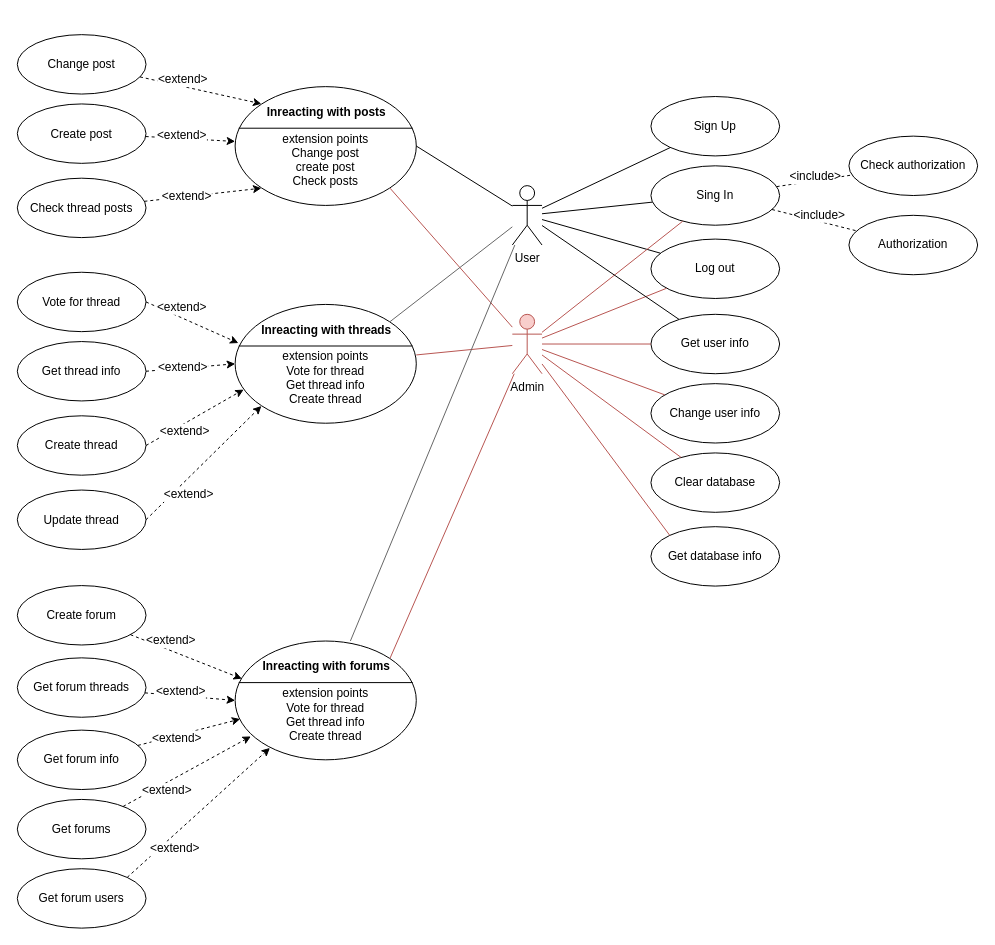
Kotyarich/forum-course-project keeps this draw.io diagram as page "use-case" (2 of 2) of schemes/schemes.drawio. Above is the earlier version. Source tidied: cells renumbered, new cells numbered last; positions are measured from the earlier drawing's top-left corner, leaving out a move shared by most shapes. Both pictures are drawn from the tidied source at 99%, with x=0, y=0 at pixel (17, 35).
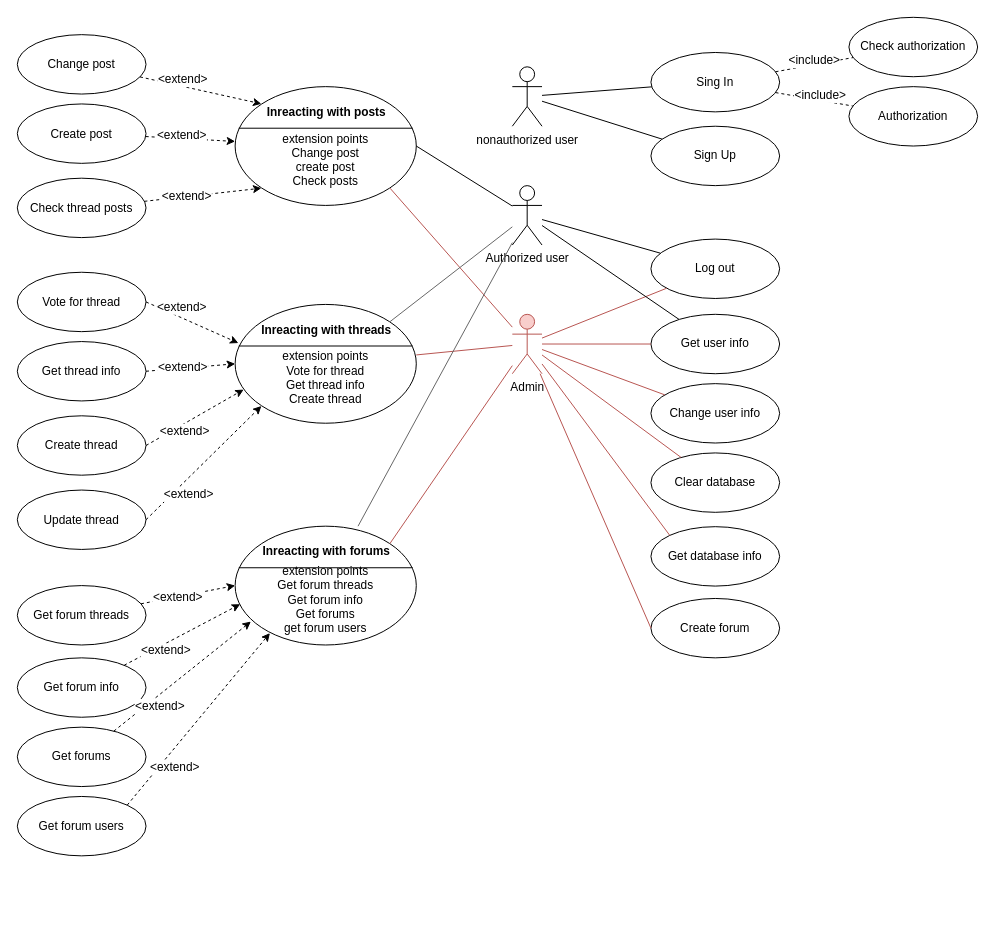
The same diagram, later.

Unchanged cells that the change refers to:
```xml
<mxCell id="15" value="Admin" style="shape=umlActor;verticalLabelPosition=bottom;labelBackgroundColor=#ffffff;verticalAlign=top;html=1;outlineConnect=0;fillColor=#f8cecc;strokeColor=#b85450;" parent="1" vertex="1">
  <mxGeometry x="500" y="282" width="30" height="60" as="geometry" />
</mxCell>
```

The edit, as a diff of the source:
```diff
@@
-    <mxCell id="2" value="User" style="shape=umlActor;verticalLabelPosition=bottom;labelBackgroundColor=#ffffff;verticalAlign=top;html=1;outlineConnect=0;" parent="1" vertex="1">
+    <mxCell id="2" value="Authorized user" style="shape=umlActor;verticalLabelPosition=bottom;labelBackgroundColor=#ffffff;verticalAlign=top;html=1;outlineConnect=0;" parent="1" vertex="1">
       <mxGeometry x="500" y="152" width="30" height="60" as="geometry" />
     </mxCell>
     <mxCell id="3" value="Sign Up" style="ellipse;whiteSpace=wrap;html=1;" parent="1" vertex="1">
-      <mxGeometry x="640" y="62" width="130" height="60" as="geometry" />
+      <mxGeometry x="640" y="92" width="130" height="60" as="geometry" />
     </mxCell>
     <mxCell id="4" value="Sing In" style="ellipse;whiteSpace=wrap;html=1;" parent="1" vertex="1">
-      <mxGeometry x="640" y="132" width="130" height="60" as="geometry" />
+      <mxGeometry x="640" y="17.5" width="130" height="60" as="geometry" />
     </mxCell>
@@
-    <mxCell id="6" style="endArrow=none;html=1;" parent="1" edge="1" source="2" target="3">
+    <mxCell id="6" style="endArrow=none;html=1;" parent="1" edge="1" source="76" target="3">
       <mxGeometry relative="1" as="geometry" />
     </mxCell>
-    <mxCell id="7" style="endArrow=none;html=1;" parent="1" edge="1" source="2" target="4">
+    <mxCell id="7" style="endArrow=none;html=1;" parent="1" edge="1" source="76" target="4">
       <mxGeometry relative="1" as="geometry" />
     </mxCell>
@@
     <mxCell id="9" value="Check authorization" style="ellipse;whiteSpace=wrap;html=1;" parent="1" vertex="1">
-      <mxGeometry x="840" y="102" width="130" height="60" as="geometry" />
+      <mxGeometry x="840" y="-18" width="130" height="60" as="geometry" />
     </mxCell>
@@
     <mxCell id="12" value="Authorization" style="ellipse;whiteSpace=wrap;html=1;" parent="1" vertex="1">
-      <mxGeometry x="840" y="182" width="130" height="60" as="geometry" />
+      <mxGeometry x="840" y="52" width="130" height="60" as="geometry" />
     </mxCell>
@@
-    <mxCell id="16" style="endArrow=none;html=1;fontColor=#FF6666;labelBackgroundColor=#FF6666;fillColor=#f8cecc;strokeColor=#b85450;" parent="1" edge="1" source="15" target="4">
-      <mxGeometry relative="1" as="geometry" />
-    </mxCell>
@@
-    <mxCell id="56" value="&lt;br&gt;&lt;br&gt;&lt;br&gt;extension points&lt;br&gt;Vote for thread&lt;br&gt;Get thread info&lt;br&gt;Create thread&lt;br&gt;&lt;br&gt;" style="html=1;shape=mxgraph.sysml.useCaseExtPt;whiteSpace=wrap;align=center;" parent="1" vertex="1">
-      <mxGeometry x="220" y="612" width="183" height="120" as="geometry" />
+    <mxCell id="56" value="&lt;br&gt;&lt;br&gt;&lt;br&gt;extension points&lt;br&gt;Get forum threads&lt;br&gt;Get forum info&lt;br&gt;Get forums&lt;br&gt;get forum users&lt;br&gt;&lt;br&gt;" style="html=1;shape=mxgraph.sysml.useCaseExtPt;whiteSpace=wrap;align=center;" parent="1" vertex="1">
+      <mxGeometry x="220" y="496" width="183" height="120" as="geometry" />
     </mxCell>
@@
     <mxCell id="58" value="Create forum&lt;br&gt;" style="ellipse;whiteSpace=wrap;html=1;" parent="1" vertex="1">
-      <mxGeometry y="556" width="130" height="60" as="geometry" />
+      <mxGeometry x="640" y="569" width="130" height="60" as="geometry" />
     </mxCell>
     <mxCell id="59" value="Get forum threads" style="ellipse;whiteSpace=wrap;html=1;" parent="1" vertex="1">
-      <mxGeometry y="629" width="130" height="60" as="geometry" />
+      <mxGeometry y="556" width="130" height="60" as="geometry" />
     </mxCell>
     <mxCell id="60" value="Get forum info" style="ellipse;whiteSpace=wrap;html=1;" parent="1" vertex="1">
-      <mxGeometry y="702" width="130" height="60" as="geometry" />
+      <mxGeometry y="629" width="130" height="60" as="geometry" />
     </mxCell>
     <mxCell id="61" value="Get forum users" style="ellipse;whiteSpace=wrap;html=1;" parent="1" vertex="1">
-      <mxGeometry y="842" width="130" height="60" as="geometry" />
+      <mxGeometry y="769" width="130" height="60" as="geometry" />
     </mxCell>
     <mxCell id="62" value="Get forums" style="ellipse;whiteSpace=wrap;html=1;" parent="1" vertex="1">
-      <mxGeometry y="772" width="130" height="60" as="geometry" />
+      <mxGeometry y="699" width="130" height="60" as="geometry" />
     </mxCell>
-    <mxCell id="63" style="endArrow=classic;html=1;labelBackgroundColor=#FF6666;fontColor=#FF6666;dashed=1;entryX=0.037;entryY=0.317;entryDx=0;entryDy=0;entryPerimeter=0;" parent="1" edge="1" source="58" target="56">
-      <mxGeometry relative="1" as="geometry" />
-    </mxCell>
-    <mxCell id="64" value="&amp;lt;extend&amp;gt;" style="text;html=1;align=center;verticalAlign=middle;labelBackgroundColor=#ffffff;fontColor=#000000;" parent="63" vertex="1">
-      <mxGeometry x="-0.6" y="-1" relative="1" as="geometry">
-        <mxPoint x="18" y="-4" as="offset" />
-      </mxGeometry>
-    </mxCell>
@@
+    <mxCell id="75" style="endArrow=none;html=1;labelBackgroundColor=#FF6666;fontColor=#000000;fillColor=#f8cecc;strokeColor=#b85450;entryX=0;entryY=0.5;entryDx=0;entryDy=0;" parent="1" edge="1" source="15" target="58">
+      <mxGeometry relative="1" as="geometry" />
+    </mxCell>
+    <mxCell id="76" value="nonauthorized user" style="shape=umlActor;verticalLabelPosition=bottom;labelBackgroundColor=#ffffff;verticalAlign=top;html=1;outlineConnect=0;" parent="1" vertex="1">
+      <mxGeometry x="500" y="32" width="30" height="60" as="geometry" />
+    </mxCell>
```
